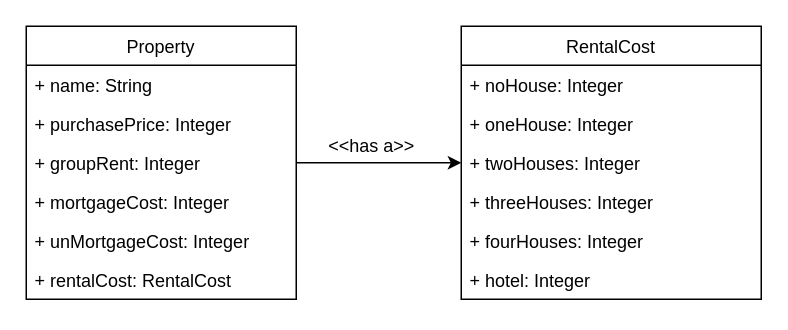
The draw.io diagram monopoly/diagrams/class.drawio in teamfam2014/monopoly, before the edit. Source tidied: cells renumbered, new cells numbered last; positions are measured from the earlier drawing's top-left corner, leaving out a move shared by most shapes. Both pictures are drawn from the tidied source at 150%, with x=0, y=0 at pixel (26, 26).
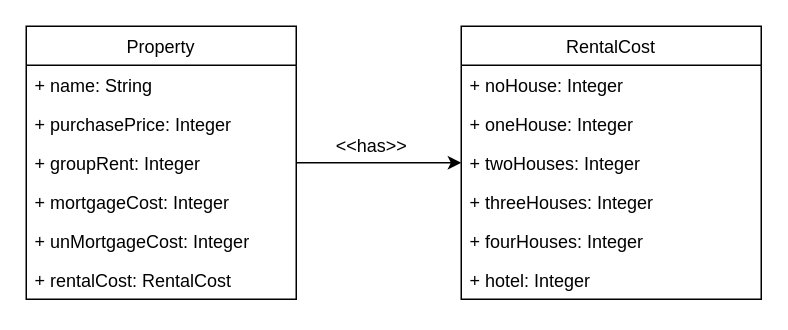
The same diagram, later.

Commit message:
adjusted direction

What changed in the source:
```diff
@@
 <mxGraphModel>
   <root>
     <mxCell id="0" />
     <mxCell id="1" parent="0" />
     <mxCell id="2" value="Property" style="swimlane;fontStyle=0;horizontal=1;startSize=26;fillColor=none;" parent="1" vertex="1">
       <mxGeometry width="180" height="182" as="geometry" />
     </mxCell>
     <mxCell id="3" value="+ name: String" style="text;strokeColor=none;fillColor=none;align=left;verticalAlign=top;spacingLeft=4;spacingRight=4;overflow=hidden;" parent="2" vertex="1">
       <mxGeometry y="26" width="180" height="26" as="geometry" />
     </mxCell>
     <mxCell id="4" value="+ purchasePrice: Integer" style="text;strokeColor=none;fillColor=none;align=left;verticalAlign=top;spacingLeft=4;spacingRight=4;overflow=hidden;" parent="2" vertex="1">
       <mxGeometry y="52" width="180" height="26" as="geometry" />
     </mxCell>
     <mxCell id="5" value="+ groupRent: Integer" style="text;strokeColor=none;fillColor=none;align=left;verticalAlign=top;spacingLeft=4;spacingRight=4;overflow=hidden;points=[[0,0.5],[1,0.5]];portConstraint=eastwest;" parent="2" vertex="1">
       <mxGeometry y="78" width="180" height="26" as="geometry" />
     </mxCell>
     <mxCell id="6" value="+ mortgageCost: Integer" style="text;strokeColor=none;fillColor=none;align=left;verticalAlign=top;spacingLeft=4;spacingRight=4;overflow=hidden;" parent="2" vertex="1">
       <mxGeometry y="104" width="180" height="26" as="geometry" />
     </mxCell>
     <mxCell id="7" value="+ unMortgageCost: Integer" style="text;strokeColor=none;fillColor=none;align=left;verticalAlign=top;spacingLeft=4;spacingRight=4;overflow=hidden;" parent="2" vertex="1">
       <mxGeometry y="130" width="180" height="26" as="geometry" />
     </mxCell>
     <mxCell id="8" value="+ rentalCost: RentalCost" style="text;strokeColor=none;fillColor=none;align=left;verticalAlign=top;spacingLeft=4;spacingRight=4;overflow=hidden;" parent="2" vertex="1">
       <mxGeometry y="156" width="180" height="26" as="geometry" />
     </mxCell>
     <mxCell id="9" value="RentalCost" style="swimlane;fontStyle=0;horizontal=1;startSize=26;fillColor=none;" parent="1" vertex="1">
       <mxGeometry x="290" width="200" height="182" as="geometry" />
     </mxCell>
     <mxCell id="10" value="+ noHouse: Integer" style="text;strokeColor=none;fillColor=none;align=left;verticalAlign=top;spacingLeft=4;spacingRight=4;overflow=hidden;" parent="9" vertex="1">
       <mxGeometry y="26" width="200" height="26" as="geometry" />
     </mxCell>
     <mxCell id="11" value="+ oneHouse: Integer" style="text;strokeColor=none;fillColor=none;align=left;verticalAlign=top;spacingLeft=4;spacingRight=4;overflow=hidden;" parent="9" vertex="1">
       <mxGeometry y="52" width="200" height="26" as="geometry" />
     </mxCell>
     <mxCell id="12" value="+ twoHouses: Integer" style="text;strokeColor=none;fillColor=none;align=left;verticalAlign=top;spacingLeft=4;spacingRight=4;overflow=hidden;" parent="9" vertex="1">
       <mxGeometry y="78" width="200" height="26" as="geometry" />
     </mxCell>
     <mxCell id="13" value="+ threeHouses: Integer" style="text;strokeColor=none;fillColor=none;align=left;verticalAlign=top;spacingLeft=4;spacingRight=4;overflow=hidden;" parent="9" vertex="1">
       <mxGeometry y="104" width="200" height="26" as="geometry" />
     </mxCell>
     <mxCell id="14" value="+ fourHouses: Integer" style="text;strokeColor=none;fillColor=none;align=left;verticalAlign=top;spacingLeft=4;spacingRight=4;overflow=hidden;" parent="9" vertex="1">
       <mxGeometry y="130" width="200" height="26" as="geometry" />
     </mxCell>
     <mxCell id="15" value="+ hotel: Integer" style="text;strokeColor=none;fillColor=none;align=left;verticalAlign=top;spacingLeft=4;spacingRight=4;overflow=hidden;" parent="9" vertex="1">
       <mxGeometry y="156" width="200" height="26" as="geometry" />
     </mxCell>
     <mxCell id="16" style="edgeStyle=orthogonalEdgeStyle;rounded=0;jettySize=auto;html=1;" parent="1" edge="1" source="5">
       <mxGeometry relative="1" as="geometry">
         <mxPoint x="290" y="91" as="targetPoint" />
       </mxGeometry>
     </mxCell>
-    <mxCell id="17" value="&amp;lt;&amp;lt;has a&amp;gt;&amp;gt;" style="text;html=1;align=center;verticalAlign=middle;strokeColor=none;" parent="1" vertex="1">
-      <mxGeometry x="195" y="70" width="70" height="20" as="geometry" />
+    <mxCell id="17" value="&amp;lt;&amp;lt;has&amp;gt;&amp;gt;" style="text;html=1;align=center;verticalAlign=middle;strokeColor=none;" parent="1" vertex="1">
+      <mxGeometry x="200" y="70" width="60" height="20" as="geometry" />
     </mxCell>
   </root>
 </mxGraphModel>
```
